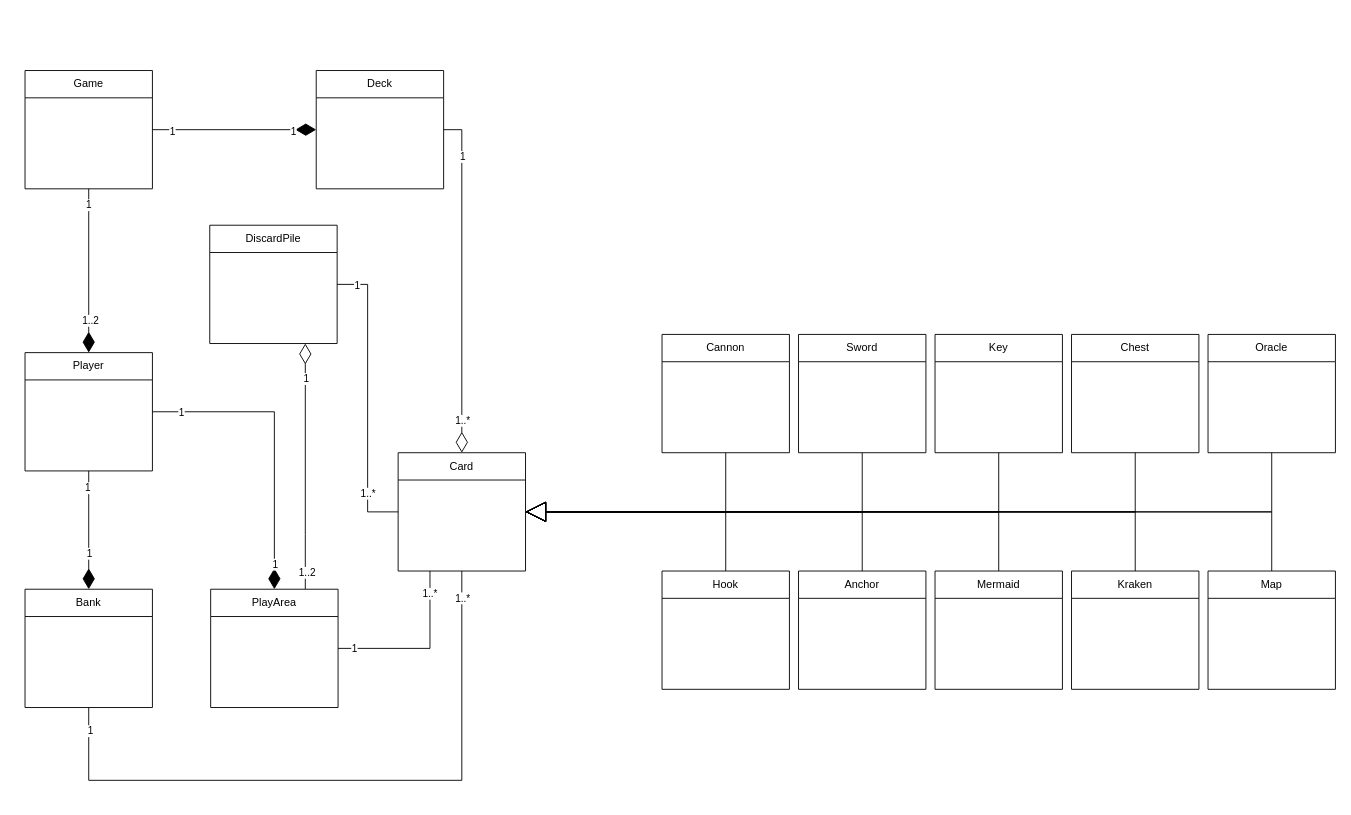
Above: Dead Man's Draw++ UML.drawio in ConnorFSA/Assignment-1-Dead-Man-s-Draw- (draw.io), before the change. Source tidied: cells renumbered, new cells numbered last; positions are measured from the earlier drawing's top-left corner, leaving out a move shared by most shapes. Both pictures are drawn from the tidied source at 91%, with x=0, y=0 at pixel (25, 70).
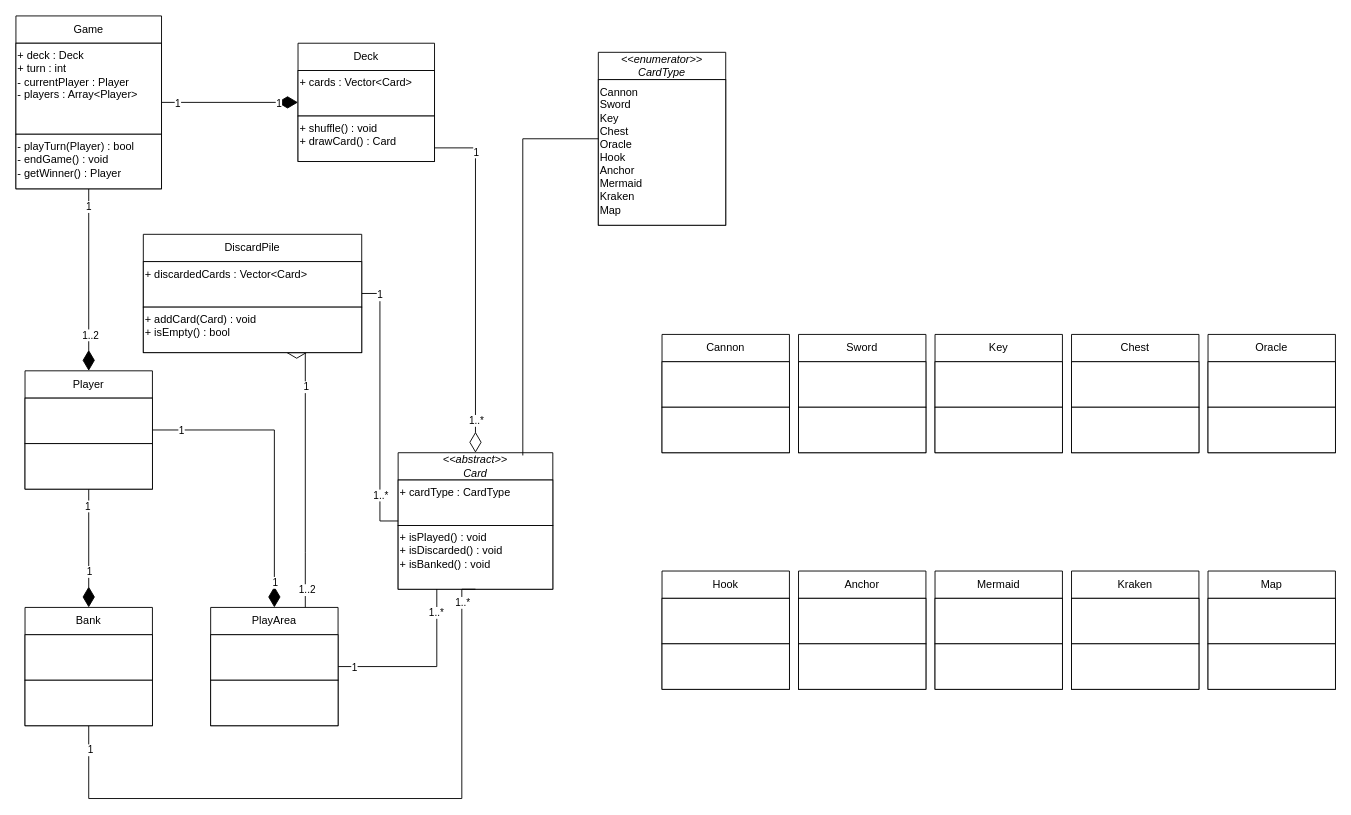
The same diagram, later.

Unchanged cells that the change refers to:
```xml
<mxCell id="33" value="Cannon" style="swimlane;fontStyle=0;horizontal=1;startSize=30;whiteSpace=wrap;html=1;" parent="1" vertex="1">
  <mxGeometry x="700" y="290" width="140" height="130" as="geometry" />
</mxCell>
<mxCell id="35" value="Sword" style="swimlane;fontStyle=0;horizontal=1;startSize=30;whiteSpace=wrap;html=1;" parent="1" vertex="1">
  <mxGeometry x="850" y="290" width="140" height="130" as="geometry" />
</mxCell>
<mxCell id="37" value="Key" style="swimlane;fontStyle=0;horizontal=1;startSize=30;whiteSpace=wrap;html=1;" parent="1" vertex="1">
  <mxGeometry x="1000" y="290" width="140" height="130" as="geometry" />
</mxCell>
<mxCell id="39" value="Chest" style="swimlane;fontStyle=0;horizontal=1;startSize=30;whiteSpace=wrap;html=1;" parent="1" vertex="1">
  <mxGeometry x="1150" y="290" width="140" height="130" as="geometry" />
</mxCell>
<mxCell id="41" value="Hook" style="swimlane;fontStyle=0;horizontal=1;startSize=30;whiteSpace=wrap;html=1;" parent="1" vertex="1">
  <mxGeometry x="700" y="550" width="140" height="130" as="geometry" />
</mxCell>
<mxCell id="43" value="Oracle" style="swimlane;fontStyle=0;horizontal=1;startSize=30;whiteSpace=wrap;html=1;" parent="1" vertex="1">
  <mxGeometry x="1300" y="290" width="140" height="130" as="geometry" />
</mxCell>
<mxCell id="45" value="Map" style="swimlane;fontStyle=0;horizontal=1;startSize=30;whiteSpace=wrap;html=1;" parent="1" vertex="1">
  <mxGeometry x="1300" y="550" width="140" height="130" as="geometry" />
</mxCell>
<mxCell id="47" value="Mermaid" style="swimlane;fontStyle=0;horizontal=1;startSize=30;whiteSpace=wrap;html=1;" parent="1" vertex="1">
  <mxGeometry x="1000" y="550" width="140" height="130" as="geometry" />
</mxCell>
<mxCell id="49" value="Kraken" style="swimlane;fontStyle=0;horizontal=1;startSize=30;whiteSpace=wrap;html=1;" parent="1" vertex="1">
  <mxGeometry x="1150" y="550" width="140" height="130" as="geometry" />
</mxCell>
<mxCell id="51" value="Anchor" style="swimlane;fontStyle=0;horizontal=1;startSize=30;whiteSpace=wrap;html=1;" parent="1" vertex="1">
  <mxGeometry x="850" y="550" width="140" height="130" as="geometry" />
</mxCell>
```

Diff of the diagram source:
```diff
@@
     <mxCell id="8" value="Player" style="swimlane;fontStyle=0;horizontal=1;startSize=30;whiteSpace=wrap;html=1;" parent="1" vertex="1">
-      <mxGeometry y="310" width="140" height="130" as="geometry" />
+      <mxGeometry y="330" width="140" height="130" as="geometry" />
     </mxCell>
+    <mxCell id="56" style="html=1;whiteSpace=wrap;verticalAlign=top;align=left;" parent="8" vertex="1">
+      <mxGeometry y="30" width="140" height="50" as="geometry" />
+    </mxCell>
+    <mxCell id="57" style="html=1;whiteSpace=wrap;verticalAlign=top;align=left;" parent="8" vertex="1">
+      <mxGeometry y="80" width="140" height="50" as="geometry" />
+    </mxCell>
@@
     <mxCell id="15" value="Game" style="swimlane;fontStyle=0;horizontal=1;startSize=30;whiteSpace=wrap;html=1;" parent="1" vertex="1">
-      <mxGeometry width="140" height="130" as="geometry" />
+      <mxGeometry x="-10" y="-60" width="160" height="190" as="geometry" />
     </mxCell>
+    <mxCell id="58" value="&lt;div&gt;+ deck : Deck&lt;/div&gt;&lt;div&gt;+ turn : int&lt;/div&gt;&lt;div&gt;- currentPlayer : Player&lt;/div&gt;&lt;div&gt;- players : Array&amp;lt;Player&amp;gt;&lt;/div&gt;" style="html=1;whiteSpace=wrap;align=left;verticalAlign=top;" parent="15" vertex="1">
+      <mxGeometry y="30" width="160" height="100" as="geometry" />
+    </mxCell>
+    <mxCell id="59" value="&lt;div&gt;- playTurn(Player) : bool&amp;nbsp;&lt;/div&gt;&lt;div&gt;- endGame() : void&lt;/div&gt;&lt;div&gt;- getWinner() : Player&lt;/div&gt;" style="html=1;whiteSpace=wrap;align=left;verticalAlign=top;" parent="15" vertex="1">
+      <mxGeometry y="130" width="160" height="60" as="geometry" />
+    </mxCell>
-    <mxCell id="16" value="Card" style="swimlane;fontStyle=0;horizontal=1;startSize=30;whiteSpace=wrap;html=1;" parent="1" vertex="1">
-      <mxGeometry x="410" y="420" width="140" height="130" as="geometry" />
+    <mxCell id="16" value="&lt;i&gt;&amp;lt;&amp;lt;abstract&amp;gt;&amp;gt;&lt;/i&gt;&lt;div&gt;&lt;i&gt;Card&lt;/i&gt;&lt;/div&gt;" style="swimlane;fontStyle=0;horizontal=1;startSize=30;whiteSpace=wrap;html=1;" parent="1" vertex="1">
+      <mxGeometry x="410" y="420" width="170" height="150" as="geometry" />
     </mxCell>
+    <mxCell id="60" value="+ cardType : CardType" style="html=1;whiteSpace=wrap;verticalAlign=top;align=left;" parent="16" vertex="1">
+      <mxGeometry y="30" width="170" height="50" as="geometry" />
+    </mxCell>
+    <mxCell id="61" value="&lt;div&gt;+ isPlayed() : void&lt;/div&gt;&lt;div&gt;+ isDiscarded() : void&lt;/div&gt;&lt;div&gt;+ isBanked() : void&lt;/div&gt;" style="html=1;whiteSpace=wrap;verticalAlign=top;align=left;" parent="16" vertex="1">
+      <mxGeometry y="80" width="170" height="70" as="geometry" />
+    </mxCell>
     <mxCell id="17" style="edgeStyle=orthogonalEdgeStyle;rounded=0;jettySize=auto;html=1;entryX=0.5;entryY=1;entryDx=0;entryDy=0;endArrow=none;startFill=0;" parent="1" edge="1" source="20" target="16">
       <mxGeometry relative="1" as="geometry">
         <Array as="points">
-          <mxPoint x="70" y="780" />
-          <mxPoint x="480" y="780" />
+          <mxPoint x="70" y="800" />
+          <mxPoint x="480" y="800" />
         </Array>
       </mxGeometry>
     </mxCell>
@@
     <mxCell id="20" value="Bank" style="swimlane;fontStyle=0;horizontal=1;startSize=30;whiteSpace=wrap;html=1;" parent="1" vertex="1">
-      <mxGeometry y="570" width="140" height="130" as="geometry" />
+      <mxGeometry y="590" width="140" height="130" as="geometry" />
     </mxCell>
+    <mxCell id="62" style="html=1;whiteSpace=wrap;verticalAlign=top;align=left;" parent="20" vertex="1">
+      <mxGeometry y="30" width="140" height="50" as="geometry" />
+    </mxCell>
+    <mxCell id="63" style="html=1;whiteSpace=wrap;verticalAlign=top;align=left;" parent="20" vertex="1">
+      <mxGeometry y="80" width="140" height="50" as="geometry" />
+    </mxCell>
@@
     <mxCell id="24" style="edgeStyle=orthogonalEdgeStyle;rounded=0;jettySize=auto;html=1;entryX=0.75;entryY=1;entryDx=0;entryDy=0;endSize=20;endArrow=diamondThin;endFill=0;" parent="1" edge="1" source="27" target="55">
       <mxGeometry relative="1" as="geometry">
         <Array as="points">
-          <mxPoint x="308" y="510" />
-          <mxPoint x="308" y="510" />
+          <mxPoint x="308" y="530" />
+          <mxPoint x="308" y="530" />
         </Array>
       </mxGeometry>
     </mxCell>
@@
     <mxCell id="27" value="PlayArea" style="swimlane;fontStyle=0;horizontal=1;startSize=30;whiteSpace=wrap;html=1;" parent="1" vertex="1">
-      <mxGeometry x="204" y="570" width="140" height="130" as="geometry" />
+      <mxGeometry x="204" y="590" width="140" height="130" as="geometry" />
     </mxCell>
+    <mxCell id="64" style="html=1;whiteSpace=wrap;verticalAlign=top;align=left;" parent="27" vertex="1">
+      <mxGeometry y="30" width="140" height="50" as="geometry" />
+    </mxCell>
+    <mxCell id="65" style="html=1;whiteSpace=wrap;verticalAlign=top;align=left;" parent="27" vertex="1">
+      <mxGeometry y="80" width="140" height="50" as="geometry" />
+    </mxCell>
     <mxCell id="28" style="edgeStyle=orthogonalEdgeStyle;rounded=0;jettySize=auto;html=1;entryX=0.5;entryY=0;entryDx=0;entryDy=0;endArrow=diamondThin;endFill=0;endSize=20;" parent="1" edge="1" source="31" target="16">
       <mxGeometry relative="1" as="geometry">
         <Array as="points">
-          <mxPoint x="480" y="65" />
+          <mxPoint x="495" y="85" />
         </Array>
       </mxGeometry>
     </mxCell>
@@
     <mxCell id="31" value="Deck" style="swimlane;fontStyle=0;horizontal=1;startSize=30;whiteSpace=wrap;html=1;" parent="1" vertex="1">
-      <mxGeometry x="320" width="140" height="130" as="geometry" />
+      <mxGeometry x="300" y="-30" width="150" height="130" as="geometry" />
     </mxCell>
-    <mxCell id="32" style="edgeStyle=orthogonalEdgeStyle;rounded=0;jettySize=auto;html=1;entryX=1;entryY=0.5;entryDx=0;entryDy=0;endArrow=block;startFill=0;endFill=0;endSize=20;" parent="1" edge="1" source="33" target="16">
-      <mxGeometry relative="1" as="geometry">
-        <Array as="points">
-          <mxPoint x="770" y="485" />
-        </Array>
-      </mxGeometry>
-    </mxCell>
+    <mxCell id="66" value="+ cards : Vector&amp;lt;Card&amp;gt;" style="html=1;whiteSpace=wrap;align=left;verticalAlign=top;" parent="31" vertex="1">
+      <mxGeometry y="30" width="150" height="50" as="geometry" />
+    </mxCell>
+    <mxCell id="67" value="&lt;div&gt;+ shuffle() : void&lt;/div&gt;&lt;div&gt;+ drawCard() : Card&lt;/div&gt;" style="html=1;whiteSpace=wrap;verticalAlign=top;align=left;" parent="31" vertex="1">
+      <mxGeometry y="80" width="150" height="50" as="geometry" />
+    </mxCell>
@@
-    <mxCell id="34" style="edgeStyle=orthogonalEdgeStyle;rounded=0;jettySize=auto;html=1;entryX=1;entryY=0.5;entryDx=0;entryDy=0;endArrow=block;startFill=0;endSize=20;endFill=0;" parent="1" edge="1" source="35" target="16">
-      <mxGeometry relative="1" as="geometry">
-        <Array as="points">
-          <mxPoint x="920" y="485" />
-        </Array>
-      </mxGeometry>
-    </mxCell>
+    <mxCell id="68" style="html=1;whiteSpace=wrap;verticalAlign=top;align=left;" parent="33" vertex="1">
+      <mxGeometry y="30" width="140" height="50" as="geometry" />
+    </mxCell>
+    <mxCell id="69" style="html=1;whiteSpace=wrap;verticalAlign=top;align=left;" parent="33" vertex="1">
+      <mxGeometry y="80" width="140" height="50" as="geometry" />
+    </mxCell>
@@
-    <mxCell id="36" style="edgeStyle=orthogonalEdgeStyle;rounded=0;jettySize=auto;html=1;entryX=1;entryY=0.5;entryDx=0;entryDy=0;endArrow=block;startFill=0;endSize=20;endFill=0;" parent="1" edge="1" source="37" target="16">
-      <mxGeometry relative="1" as="geometry">
-        <Array as="points">
-          <mxPoint x="1070" y="485" />
-        </Array>
-      </mxGeometry>
-    </mxCell>
+    <mxCell id="70" style="html=1;whiteSpace=wrap;verticalAlign=top;align=left;" parent="35" vertex="1">
+      <mxGeometry y="30" width="140" height="50" as="geometry" />
+    </mxCell>
+    <mxCell id="71" style="html=1;whiteSpace=wrap;verticalAlign=top;align=left;" parent="35" vertex="1">
+      <mxGeometry y="80" width="140" height="50" as="geometry" />
+    </mxCell>
@@
-    <mxCell id="38" style="edgeStyle=orthogonalEdgeStyle;rounded=0;jettySize=auto;html=1;entryX=1;entryY=0.5;entryDx=0;entryDy=0;endArrow=block;startFill=0;endFill=0;endSize=20;" parent="1" edge="1" source="39" target="16">
-      <mxGeometry relative="1" as="geometry">
-        <Array as="points">
-          <mxPoint x="1220" y="485" />
-        </Array>
-      </mxGeometry>
-    </mxCell>
+    <mxCell id="72" style="html=1;whiteSpace=wrap;verticalAlign=top;align=left;" parent="37" vertex="1">
+      <mxGeometry y="30" width="140" height="50" as="geometry" />
+    </mxCell>
+    <mxCell id="73" style="html=1;whiteSpace=wrap;verticalAlign=top;align=left;" parent="37" vertex="1">
+      <mxGeometry y="80" width="140" height="50" as="geometry" />
+    </mxCell>
@@
-    <mxCell id="40" style="edgeStyle=orthogonalEdgeStyle;rounded=0;jettySize=auto;html=1;entryX=1;entryY=0.5;entryDx=0;entryDy=0;endArrow=block;startFill=0;endFill=0;endSize=20;" parent="1" edge="1" source="41" target="16">
-      <mxGeometry relative="1" as="geometry">
-        <Array as="points">
-          <mxPoint x="770" y="485" />
-        </Array>
-      </mxGeometry>
-    </mxCell>
+    <mxCell id="74" style="html=1;whiteSpace=wrap;verticalAlign=top;align=left;" parent="39" vertex="1">
+      <mxGeometry y="30" width="140" height="50" as="geometry" />
+    </mxCell>
+    <mxCell id="75" style="html=1;whiteSpace=wrap;verticalAlign=top;align=left;" parent="39" vertex="1">
+      <mxGeometry y="80" width="140" height="50" as="geometry" />
+    </mxCell>
@@
-    <mxCell id="42" style="edgeStyle=orthogonalEdgeStyle;rounded=0;jettySize=auto;html=1;entryX=1;entryY=0.5;entryDx=0;entryDy=0;endArrow=block;startFill=0;endFill=0;endSize=20;" parent="1" edge="1" source="43" target="16">
-      <mxGeometry relative="1" as="geometry">
-        <Array as="points">
-          <mxPoint x="1370" y="485" />
-        </Array>
-      </mxGeometry>
-    </mxCell>
+    <mxCell id="76" style="html=1;whiteSpace=wrap;verticalAlign=top;align=left;" parent="41" vertex="1">
+      <mxGeometry y="30" width="140" height="50" as="geometry" />
+    </mxCell>
+    <mxCell id="77" style="html=1;whiteSpace=wrap;verticalAlign=top;align=left;" parent="41" vertex="1">
+      <mxGeometry y="80" width="140" height="50" as="geometry" />
+    </mxCell>
@@
-    <mxCell id="44" style="edgeStyle=orthogonalEdgeStyle;rounded=0;jettySize=auto;html=1;entryX=1;entryY=0.5;entryDx=0;entryDy=0;endArrow=block;startFill=0;endSize=20;endFill=0;" parent="1" edge="1" source="45" target="16">
-      <mxGeometry relative="1" as="geometry">
-        <Array as="points">
-          <mxPoint x="1370" y="485" />
-        </Array>
-      </mxGeometry>
-    </mxCell>
+    <mxCell id="78" style="html=1;whiteSpace=wrap;verticalAlign=top;align=left;" parent="43" vertex="1">
+      <mxGeometry y="30" width="140" height="50" as="geometry" />
+    </mxCell>
+    <mxCell id="79" style="html=1;whiteSpace=wrap;verticalAlign=top;align=left;" parent="43" vertex="1">
+      <mxGeometry y="80" width="140" height="50" as="geometry" />
+    </mxCell>
@@
-    <mxCell id="46" style="edgeStyle=orthogonalEdgeStyle;rounded=0;jettySize=auto;html=1;entryX=1;entryY=0.5;entryDx=0;entryDy=0;endArrow=block;startFill=0;endFill=0;endSize=20;" parent="1" edge="1" source="47" target="16">
-      <mxGeometry relative="1" as="geometry">
-        <Array as="points">
-          <mxPoint x="1070" y="485" />
-        </Array>
-      </mxGeometry>
-    </mxCell>
+    <mxCell id="80" style="html=1;whiteSpace=wrap;verticalAlign=top;align=left;" parent="45" vertex="1">
+      <mxGeometry y="30" width="140" height="50" as="geometry" />
+    </mxCell>
+    <mxCell id="81" style="html=1;whiteSpace=wrap;verticalAlign=top;align=left;" parent="45" vertex="1">
+      <mxGeometry y="80" width="140" height="50" as="geometry" />
+    </mxCell>
@@
-    <mxCell id="48" style="edgeStyle=orthogonalEdgeStyle;rounded=0;jettySize=auto;html=1;entryX=1;entryY=0.5;entryDx=0;entryDy=0;endArrow=block;startFill=0;endFill=0;endSize=20;" parent="1" edge="1" source="49" target="16">
-      <mxGeometry relative="1" as="geometry">
-        <Array as="points">
-          <mxPoint x="1220" y="485" />
-        </Array>
-      </mxGeometry>
-    </mxCell>
+    <mxCell id="82" style="html=1;whiteSpace=wrap;verticalAlign=top;align=left;" parent="47" vertex="1">
+      <mxGeometry y="30" width="140" height="50" as="geometry" />
+    </mxCell>
+    <mxCell id="83" style="html=1;whiteSpace=wrap;verticalAlign=top;align=left;" parent="47" vertex="1">
+      <mxGeometry y="80" width="140" height="50" as="geometry" />
+    </mxCell>
@@
-    <mxCell id="50" style="edgeStyle=orthogonalEdgeStyle;rounded=0;jettySize=auto;html=1;entryX=1;entryY=0.5;entryDx=0;entryDy=0;endArrow=block;startFill=0;endFill=0;endSize=20;" parent="1" edge="1" source="51" target="16">
-      <mxGeometry relative="1" as="geometry">
-        <Array as="points">
-          <mxPoint x="920" y="485" />
-        </Array>
-      </mxGeometry>
-    </mxCell>
+    <mxCell id="84" style="html=1;whiteSpace=wrap;verticalAlign=top;align=left;" parent="49" vertex="1">
+      <mxGeometry y="30" width="140" height="50" as="geometry" />
+    </mxCell>
+    <mxCell id="85" style="html=1;whiteSpace=wrap;verticalAlign=top;align=left;" parent="49" vertex="1">
+      <mxGeometry y="80" width="140" height="50" as="geometry" />
+    </mxCell>
@@
+    <mxCell id="86" style="html=1;whiteSpace=wrap;verticalAlign=top;align=left;" parent="51" vertex="1">
+      <mxGeometry y="30" width="140" height="50" as="geometry" />
+    </mxCell>
+    <mxCell id="87" style="html=1;whiteSpace=wrap;verticalAlign=top;align=left;" parent="51" vertex="1">
+      <mxGeometry y="80" width="140" height="50" as="geometry" />
+    </mxCell>
@@
     <mxCell id="55" value="DiscardPile" style="swimlane;fontStyle=0;horizontal=1;startSize=30;whiteSpace=wrap;html=1;" parent="1" vertex="1">
-      <mxGeometry x="203" y="170" width="140" height="130" as="geometry" />
+      <mxGeometry x="130" y="180" width="240" height="130" as="geometry" />
     </mxCell>
+    <mxCell id="88" value="+ discardedCards : Vector&amp;lt;Card&amp;gt;" style="html=1;whiteSpace=wrap;verticalAlign=top;align=left;" parent="55" vertex="1">
+      <mxGeometry y="30" width="240" height="50" as="geometry" />
+    </mxCell>
+    <mxCell id="89" value="&lt;div&gt;+ addCard(Card) : void&lt;/div&gt;&lt;div&gt;+ isEmpty() : bool&lt;/div&gt;" style="html=1;whiteSpace=wrap;verticalAlign=top;align=left;" parent="55" vertex="1">
+      <mxGeometry y="80" width="240" height="50" as="geometry" />
+    </mxCell>
+    <mxCell id="90" value="&lt;div&gt;&lt;i&gt;&amp;lt;&amp;lt;enumerator&amp;gt;&amp;gt;&lt;/i&gt;&lt;/div&gt;&lt;div&gt;&lt;i&gt;CardType&lt;/i&gt;&lt;/div&gt;" style="swimlane;fontStyle=0;horizontal=1;startSize=30;whiteSpace=wrap;html=1;" parent="1" vertex="1">
+      <mxGeometry x="630" y="-20" width="140" height="190" as="geometry" />
+    </mxCell>
+    <mxCell id="91" value="&lt;div&gt;Cannon&lt;/div&gt;&lt;div&gt;Sword&lt;/div&gt;&lt;div&gt;Key&lt;/div&gt;&lt;div&gt;Chest&lt;/div&gt;&lt;div&gt;Oracle&lt;/div&gt;&lt;div&gt;Hook&lt;/div&gt;&lt;div&gt;Anchor&lt;/div&gt;&lt;div&gt;Mermaid&lt;/div&gt;&lt;div&gt;Kraken&lt;/div&gt;&lt;div&gt;Map&lt;/div&gt;" style="html=1;whiteSpace=wrap;verticalAlign=top;align=left;" parent="90" vertex="1">
+      <mxGeometry y="30" width="140" height="160" as="geometry" />
+    </mxCell>
+    <mxCell id="92" style="edgeStyle=orthogonalEdgeStyle;rounded=0;jettySize=auto;html=1;endArrow=none;startFill=0;entryX=0.806;entryY=0.02;entryDx=0;entryDy=0;entryPerimeter=0;" parent="1" edge="1" source="90" target="16">
+      <mxGeometry relative="1" as="geometry" />
+    </mxCell>
```
